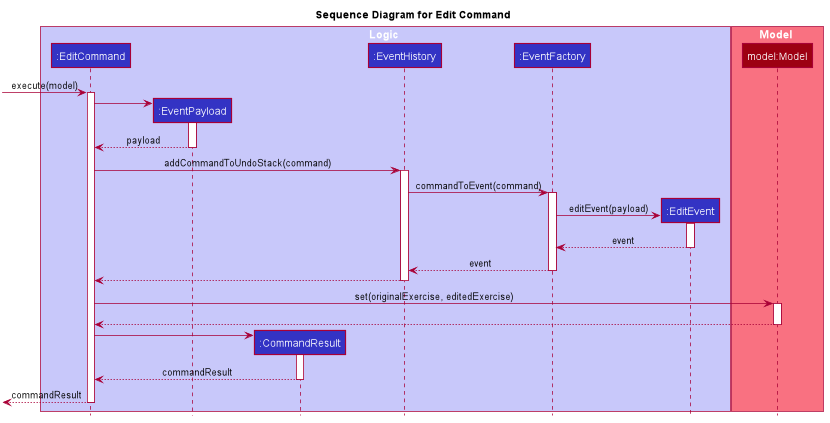
garylyp/main keeps this PlantUML diagram as docs/images/UndoableCommandSequenceDiagram.png. Above is the earlier version.
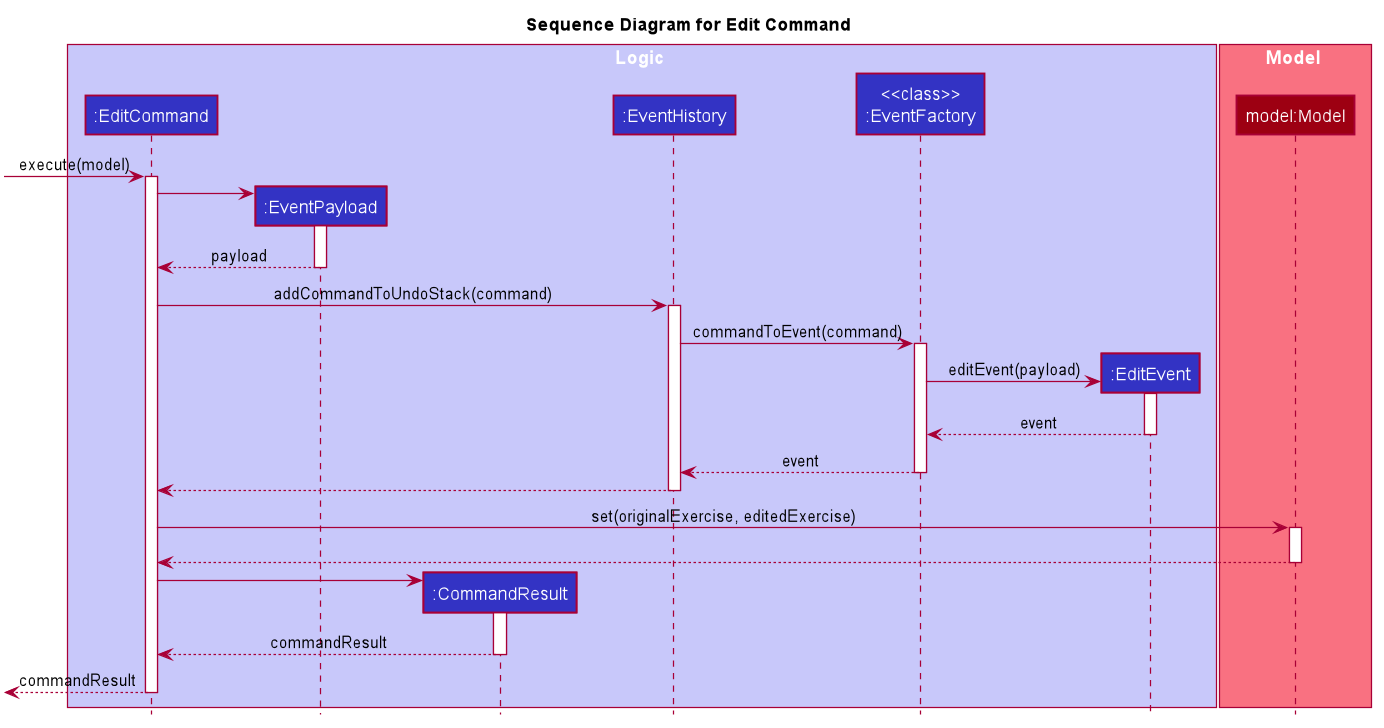
After the change.

The edit, as a diff of the source:
```diff
@@ -54,7 +54,7 @@
 participant ":EventPayload" as EventPayload #3333C4
 participant ":CommandResult" as CommandResult #3333C4
 participant ":EventHistory" as EventHistory #3333C4
-participant ":EventFactory" as EventFactory #3333C4
+participant "<<class>>\n:EventFactory" as EventFactory #3333C4
 participant ":EditEvent" as EditEvent #3333C4
 end box
 
```
